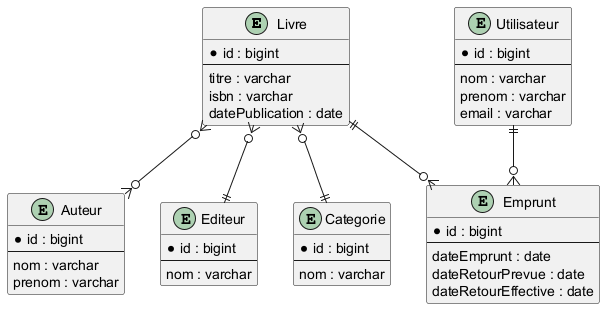
The PlantUML diagram DIAGRAMME/MCD.png in k1znoz/Mediatheque_CDA, before a commit.
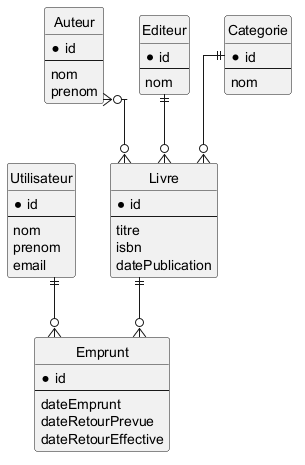
Later version of the same file.

Diff of the diagram source:
```diff
@@ -1,53 +1,55 @@
 @startuml
+hide circle
+skinparam linetype ortho
 
 entity Livre {
-    * id : bigint
+    * id
     --
-    titre : varchar
-    isbn : varchar
-    datePublication : date
+    titre
+    isbn
+    datePublication
 }
 
 entity Auteur {
-    * id : bigint
+    * id
     --
-    nom : varchar
-    prenom : varchar
+    nom
+    prenom
 }
 
 entity Editeur {
-    * id : bigint
+    * id
     --
-    nom : varchar
+    nom
 }
 
 entity Categorie {
-    * id : bigint
+    * id
     --
-    nom : varchar
+    nom
 }
 
 entity Utilisateur {
-    * id : bigint
+    * id
     --
-    nom : varchar
-    prenom : varchar
-    email : varchar
+    nom
+    prenom
+    email
 }
 
 entity Emprunt {
-    * id : bigint
+    * id
     --
-    dateEmprunt : date
-    dateRetourPrevue : date
-    dateRetourEffective : date
+    dateEmprunt
+    dateRetourPrevue
+    dateRetourEffective
 }
 
-Livre }o--|| Editeur
+Auteur }o--o{ Livre
 
-Livre }o--|| Categorie
+Categorie ||--o{ Livre
 
-Livre }o--o{ Auteur
+Editeur ||--o{ Livre
 
 Utilisateur ||--o{ Emprunt
 
```
